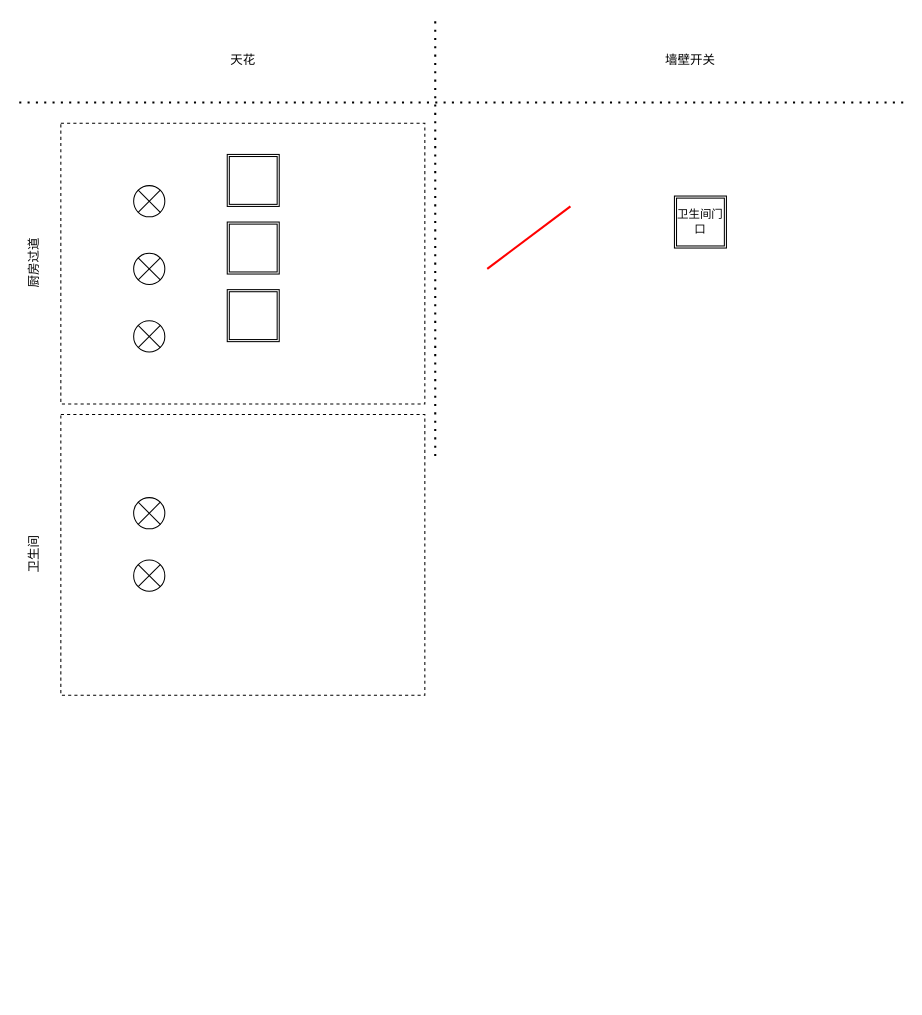
Earlier version of the draw.io diagram pipe line.drawio (chenyc1995/drawio). Source tidied: cells renumbered, new cells numbered last; positions are measured from the earlier drawing's top-left corner, leaving out a move shared by most shapes. Both pictures are drawn from the tidied source at 104%, with x=0, y=0 at pixel (-2, 19).
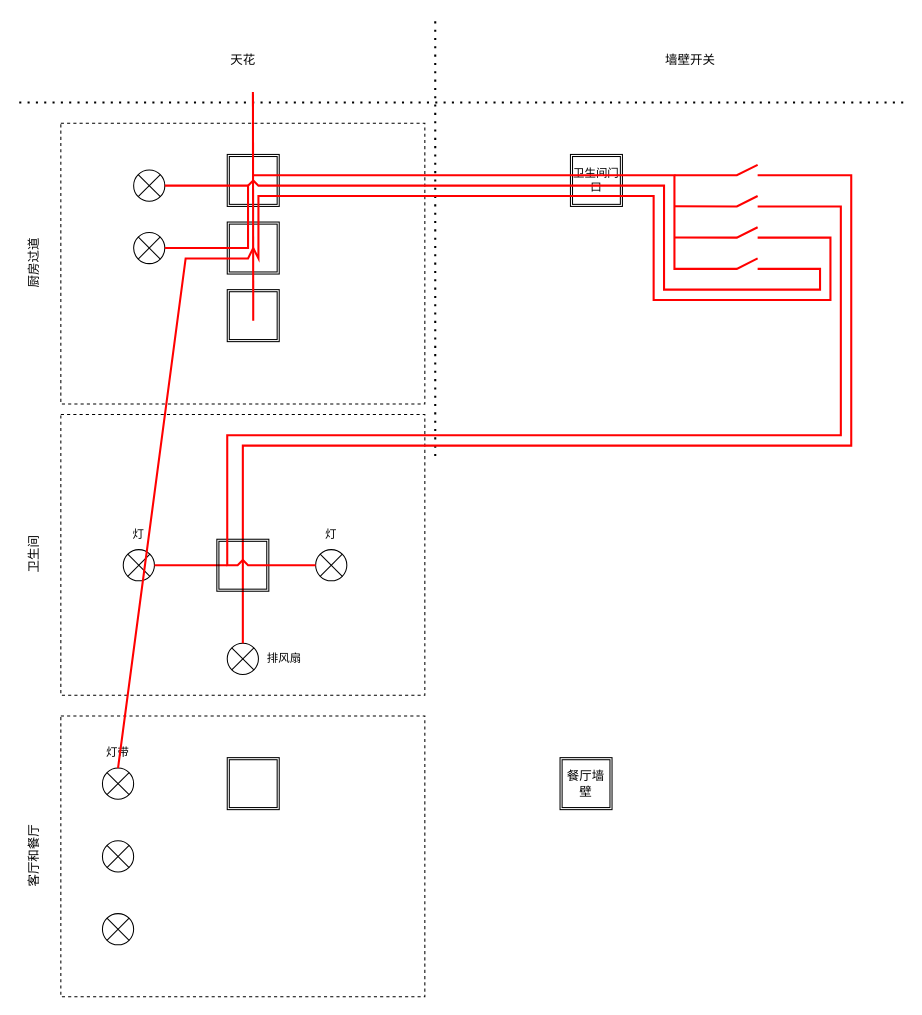
After the change.

The change refers to these unchanged cells:
```xml
<mxCell id="18" style="shape=ext;double=1;whiteSpace=wrap;html=1;fillColor=none;flipV=1;" parent="1" vertex="1">
  <mxGeometry x="220" y="260" width="50" height="50" as="geometry" />
</mxCell>
```

Diff of the diagram source:
```diff
@@
+    <mxCell id="20" style="verticalLabelPosition=bottom;verticalAlign=top;html=1;shape=mxgraph.basic.rect;fillColor2=none;strokeWidth=1;size=20;indent=5;fillColor=none;dashed=1;" parent="1" vertex="1">
+      <mxGeometry x="60" y="670" width="350" height="270" as="geometry" />
+    </mxCell>
+    <mxCell id="12" style="verticalLabelPosition=bottom;verticalAlign=top;html=1;shape=mxgraph.basic.rect;fillColor2=none;strokeWidth=1;size=20;indent=5;fillColor=none;dashed=1;" parent="1" vertex="1">
+      <mxGeometry x="60" y="380" width="350" height="270" as="geometry" />
+    </mxCell>
@@
     <mxCell id="8" style="shape=sumEllipse;perimeter=ellipsePerimeter;whiteSpace=wrap;html=1;backgroundOutline=1;fillColor=none;" parent="1" vertex="1">
-      <mxGeometry x="130" y="160" width="30" height="30" as="geometry" />
+      <mxGeometry x="130" y="145" width="30" height="30" as="geometry" />
     </mxCell>
@@
     <mxCell id="10" style="shape=sumEllipse;perimeter=ellipsePerimeter;whiteSpace=wrap;html=1;backgroundOutline=1;fillColor=none;" parent="1" vertex="1">
-      <mxGeometry x="130" y="225" width="30" height="30" as="geometry" />
+      <mxGeometry x="130" y="205" width="30" height="30" as="geometry" />
     </mxCell>
     <mxCell id="11" style="shape=sumEllipse;perimeter=ellipsePerimeter;whiteSpace=wrap;html=1;backgroundOutline=1;fillColor=none;" parent="1" vertex="1">
-      <mxGeometry x="130" y="290" width="30" height="30" as="geometry" />
+      <mxGeometry x="100" y="720" width="30" height="30" as="geometry" />
     </mxCell>
-    <mxCell id="12" style="verticalLabelPosition=bottom;verticalAlign=top;html=1;shape=mxgraph.basic.rect;fillColor2=none;strokeWidth=1;size=20;indent=5;fillColor=none;dashed=1;" parent="1" vertex="1">
-      <mxGeometry x="60" y="380" width="350" height="270" as="geometry" />
-    </mxCell>
@@
     <mxCell id="14" style="shape=sumEllipse;perimeter=ellipsePerimeter;whiteSpace=wrap;html=1;backgroundOutline=1;fillColor=none;" parent="1" vertex="1">
-      <mxGeometry x="130" y="460" width="30" height="30" as="geometry" />
+      <mxGeometry x="120" y="510" width="30" height="30" as="geometry" />
     </mxCell>
     <mxCell id="15" style="shape=sumEllipse;perimeter=ellipsePerimeter;whiteSpace=wrap;html=1;backgroundOutline=1;fillColor=none;" parent="1" vertex="1">
-      <mxGeometry x="130" y="520" width="30" height="30" as="geometry" />
+      <mxGeometry x="220" y="600" width="30" height="30" as="geometry" />
     </mxCell>
     <mxCell id="16" value="&lt;font style=&quot;font-size: 11px;&quot;&gt;卫生间门口&lt;/font&gt;" style="shape=ext;double=1;whiteSpace=wrap;html=1;fillColor=none;flipV=1;fontSize=5;" parent="1" vertex="1">
-      <mxGeometry x="650" y="170" width="50" height="50" as="geometry" />
+      <mxGeometry x="550" y="130" width="50" height="50" as="geometry" />
     </mxCell>
@@
-    <mxCell id="19" style="endArrow=none;html=1;rounded=0;fontSize=11;strokeColor=#FF0000;strokeWidth=2;" parent="1" edge="1">
+    <mxCell id="19" style="endArrow=none;html=1;rounded=0;fontSize=11;strokeColor=#FF0000;strokeWidth=2;entryX=0.5;entryY=0.4;entryDx=0;entryDy=0;entryPerimeter=0;" parent="1" edge="1" target="18">
       <mxGeometry relative="1" as="geometry">
-        <mxPoint x="470" y="240" as="sourcePoint" />
-        <mxPoint x="550" y="180" as="targetPoint" />
+        <mxPoint x="244.7" y="70" as="sourcePoint" />
       </mxGeometry>
     </mxCell>
+    <mxCell id="21" style="endArrow=none;html=1;rounded=0;fontSize=11;strokeColor=#FF0000;strokeWidth=2;" parent="1" edge="1">
+      <mxGeometry x="40" y="100" relative="1" as="geometry">
+        <mxPoint x="245" y="150" as="sourcePoint" />
+        <mxPoint x="730" y="230" as="targetPoint" />
+        <Array as="points">
+          <mxPoint x="650" y="150" />
+          <mxPoint x="650" y="240" />
+          <mxPoint x="710" y="240" />
+        </Array>
+      </mxGeometry>
+    </mxCell>
+    <mxCell id="22" style="endArrow=none;html=1;rounded=0;fontSize=11;strokeColor=#FF0000;strokeWidth=2;" parent="1" edge="1">
+      <mxGeometry relative="1" as="geometry">
+        <mxPoint x="650" y="150" as="sourcePoint" />
+        <mxPoint x="730" y="140" as="targetPoint" />
+        <Array as="points">
+          <mxPoint x="710" y="150" />
+        </Array>
+      </mxGeometry>
+    </mxCell>
+    <mxCell id="23" style="endArrow=none;html=1;rounded=0;fontSize=11;strokeColor=#FF0000;strokeWidth=2;" parent="1" edge="1">
+      <mxGeometry relative="1" as="geometry">
+        <mxPoint x="650" y="179.8" as="sourcePoint" />
+        <mxPoint x="730" y="170" as="targetPoint" />
+        <Array as="points">
+          <mxPoint x="710" y="180" />
+        </Array>
+      </mxGeometry>
+    </mxCell>
+    <mxCell id="24" style="shape=sumEllipse;perimeter=ellipsePerimeter;whiteSpace=wrap;html=1;backgroundOutline=1;fillColor=none;" parent="1" vertex="1">
+      <mxGeometry x="305" y="510" width="30" height="30" as="geometry" />
+    </mxCell>
+    <mxCell id="25" style="endArrow=none;html=1;rounded=0;fontSize=11;strokeColor=#FF0000;strokeWidth=2;exitX=1;exitY=0.5;exitDx=0;exitDy=0;entryX=0.2;entryY=0.5;entryDx=0;entryDy=0;entryPerimeter=0;" parent="1" edge="1" source="14" target="30">
+      <mxGeometry relative="1" as="geometry" />
+    </mxCell>
+    <mxCell id="26" style="endArrow=none;html=1;rounded=0;fontSize=11;strokeColor=#FF0000;strokeWidth=2;entryX=0.5;entryY=0;entryDx=0;entryDy=0;" parent="1" edge="1" target="15">
+      <mxGeometry relative="1" as="geometry">
+        <mxPoint x="730" y="150" as="sourcePoint" />
+        <Array as="points">
+          <mxPoint x="820" y="150" />
+          <mxPoint x="820" y="410" />
+          <mxPoint x="235" y="410" />
+          <mxPoint x="235" y="520" />
+        </Array>
+      </mxGeometry>
+    </mxCell>
+    <mxCell id="27" value="排风扇" style="text;html=1;strokeColor=none;fillColor=none;align=center;verticalAlign=middle;whiteSpace=wrap;rounded=0;dashed=1;fontSize=11;" parent="1" vertex="1">
+      <mxGeometry x="245" y="600" width="60" height="30" as="geometry" />
+    </mxCell>
+    <mxCell id="28" style="endArrow=none;html=1;fontSize=11;strokeColor=#FF0000;strokeWidth=2;exitX=1;exitY=0.5;exitDx=0;exitDy=0;rounded=0;" parent="1" edge="1" source="10">
+      <mxGeometry relative="1" as="geometry">
+        <mxPoint x="730" y="240" as="targetPoint" />
+        <Array as="points">
+          <mxPoint x="180" y="220" />
+          <mxPoint x="240" y="220" />
+          <mxPoint x="240" y="160" />
+          <mxPoint x="245" y="155" />
+          <mxPoint x="250" y="160" />
+          <mxPoint x="640" y="160" />
+          <mxPoint x="640" y="260" />
+          <mxPoint x="790" y="260" />
+          <mxPoint x="790" y="240" />
+        </Array>
+      </mxGeometry>
+    </mxCell>
+    <mxCell id="29" style="endArrow=none;html=1;rounded=0;fontSize=11;strokeColor=#FF0000;strokeWidth=2;entryX=1;entryY=0.5;entryDx=0;entryDy=0;" parent="1" edge="1" target="8">
+      <mxGeometry relative="1" as="geometry">
+        <mxPoint x="240" y="160" as="sourcePoint" />
+        <Array as="points">
+          <mxPoint x="170" y="160" />
+        </Array>
+      </mxGeometry>
+    </mxCell>
+    <mxCell id="30" style="shape=ext;double=1;whiteSpace=wrap;html=1;fillColor=none;flipV=1;" parent="1" vertex="1">
+      <mxGeometry x="210" y="500" width="50" height="50" as="geometry" />
+    </mxCell>
+    <mxCell id="31" style="endArrow=none;html=1;rounded=0;fontSize=11;strokeColor=#FF0000;strokeWidth=2;entryX=0;entryY=0.5;entryDx=0;entryDy=0;" parent="1" edge="1" target="24">
+      <mxGeometry relative="1" as="geometry">
+        <mxPoint x="730" y="180" as="sourcePoint" />
+        <Array as="points">
+          <mxPoint x="810" y="180" />
+          <mxPoint x="810" y="400" />
+          <mxPoint x="220" y="400" />
+          <mxPoint x="220" y="525" />
+          <mxPoint x="230" y="525" />
+          <mxPoint x="235" y="520" />
+          <mxPoint x="240" y="525" />
+        </Array>
+      </mxGeometry>
+    </mxCell>
+    <mxCell id="32" value="灯" style="text;html=1;strokeColor=none;fillColor=none;align=center;verticalAlign=middle;whiteSpace=wrap;rounded=0;dashed=1;fontSize=11;" parent="1" vertex="1">
+      <mxGeometry x="290" y="480" width="60" height="30" as="geometry" />
+    </mxCell>
+    <mxCell id="33" value="灯" style="text;html=1;strokeColor=none;fillColor=none;align=center;verticalAlign=middle;whiteSpace=wrap;rounded=0;dashed=1;fontSize=11;" parent="1" vertex="1">
+      <mxGeometry x="105" y="480" width="60" height="30" as="geometry" />
+    </mxCell>
+    <mxCell id="34" style="shape=ext;double=1;whiteSpace=wrap;html=1;fillColor=none;flipV=1;" parent="1" vertex="1">
+      <mxGeometry x="220" y="710" width="50" height="50" as="geometry" />
+    </mxCell>
+    <mxCell id="35" value="餐厅墙壁" style="shape=ext;double=1;whiteSpace=wrap;html=1;fillColor=none;flipV=1;" parent="1" vertex="1">
+      <mxGeometry x="540" y="710" width="50" height="50" as="geometry" />
+    </mxCell>
+    <mxCell id="36" value="客厅和餐厅" style="text;html=1;align=center;verticalAlign=middle;strokeColor=none;fillColor=none;rotation=-90;" parent="1" vertex="1">
+      <mxGeometry x="-5" y="790" width="80" height="30" as="geometry" />
+    </mxCell>
+    <mxCell id="37" style="shape=sumEllipse;perimeter=ellipsePerimeter;whiteSpace=wrap;html=1;backgroundOutline=1;fillColor=none;" parent="1" vertex="1">
+      <mxGeometry x="100" y="790" width="30" height="30" as="geometry" />
+    </mxCell>
+    <mxCell id="38" style="shape=sumEllipse;perimeter=ellipsePerimeter;whiteSpace=wrap;html=1;backgroundOutline=1;fillColor=none;" parent="1" vertex="1">
+      <mxGeometry x="100" y="860" width="30" height="30" as="geometry" />
+    </mxCell>
+    <mxCell id="39" value="灯带" style="text;html=1;strokeColor=none;fillColor=none;align=center;verticalAlign=middle;whiteSpace=wrap;rounded=0;dashed=1;fontSize=11;" parent="1" vertex="1">
+      <mxGeometry x="85" y="690" width="60" height="30" as="geometry" />
+    </mxCell>
+    <mxCell id="40" style="endArrow=none;html=1;rounded=0;fontSize=11;strokeColor=#FF0000;strokeWidth=2;" parent="1" edge="1">
+      <mxGeometry relative="1" as="geometry">
+        <mxPoint x="650" y="209.8" as="sourcePoint" />
+        <mxPoint x="730" y="200" as="targetPoint" />
+        <Array as="points">
+          <mxPoint x="710" y="210" />
+        </Array>
+      </mxGeometry>
+    </mxCell>
+    <mxCell id="41" style="endArrow=none;html=1;fontSize=11;strokeColor=#FF0000;strokeWidth=2;rounded=0;exitX=0.5;exitY=1;exitDx=0;exitDy=0;" parent="1" edge="1" source="39">
+      <mxGeometry relative="1" as="geometry">
+        <mxPoint x="730" y="210" as="targetPoint" />
+        <Array as="points">
+          <mxPoint x="180" y="230" />
+          <mxPoint x="240" y="230" />
+          <mxPoint x="245" y="220" />
+          <mxPoint x="250" y="230" />
+          <mxPoint x="250" y="170" />
+          <mxPoint x="630" y="170" />
+          <mxPoint x="630" y="270" />
+          <mxPoint x="800" y="270" />
+          <mxPoint x="800" y="210" />
+        </Array>
+      </mxGeometry>
+    </mxCell>
```
